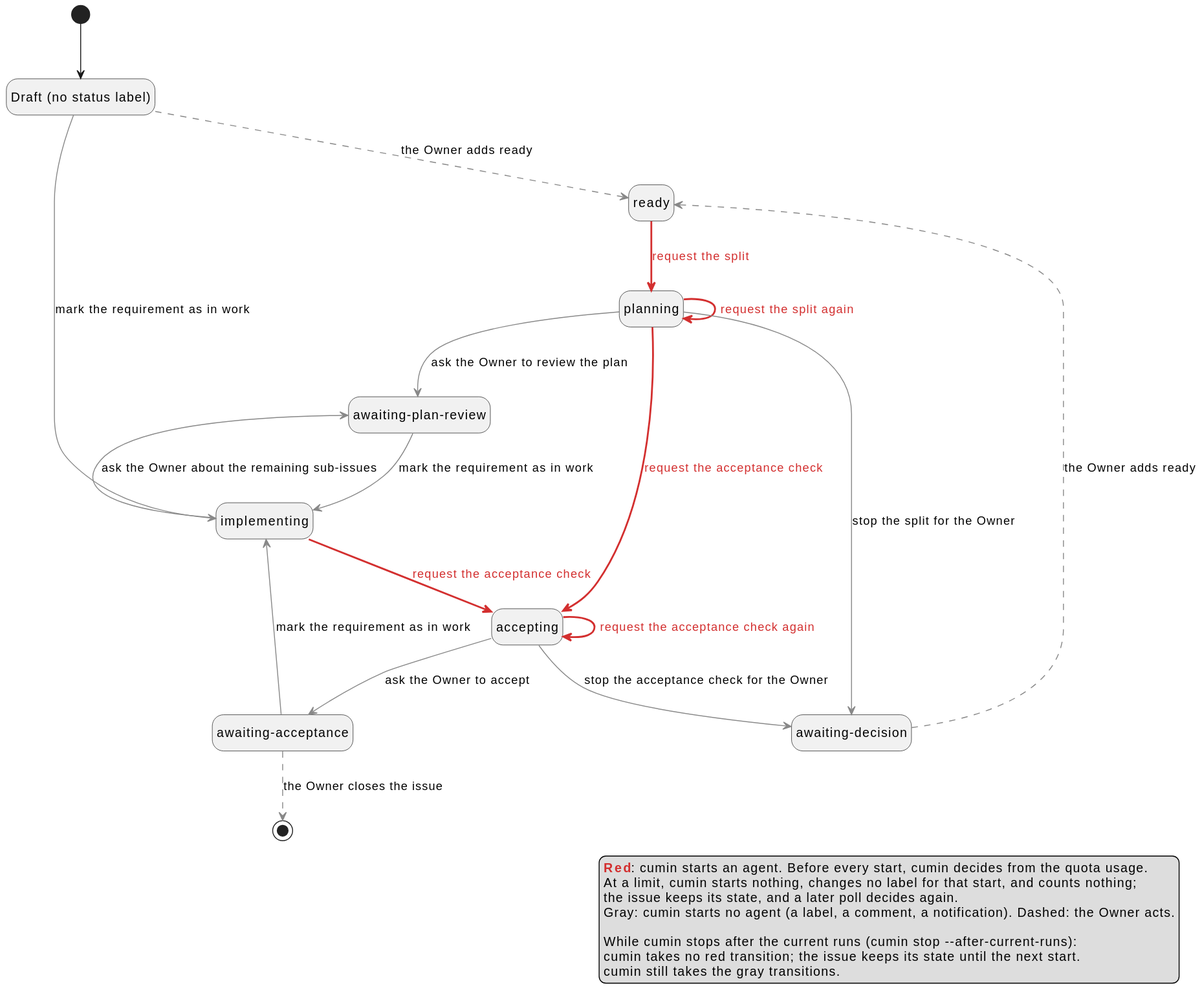
Before: docs/ja/requirements/workflow/requirement-issue-agent-starts.svg, a diagram exported from PlantUML (cloveclovedev/cumin-works).
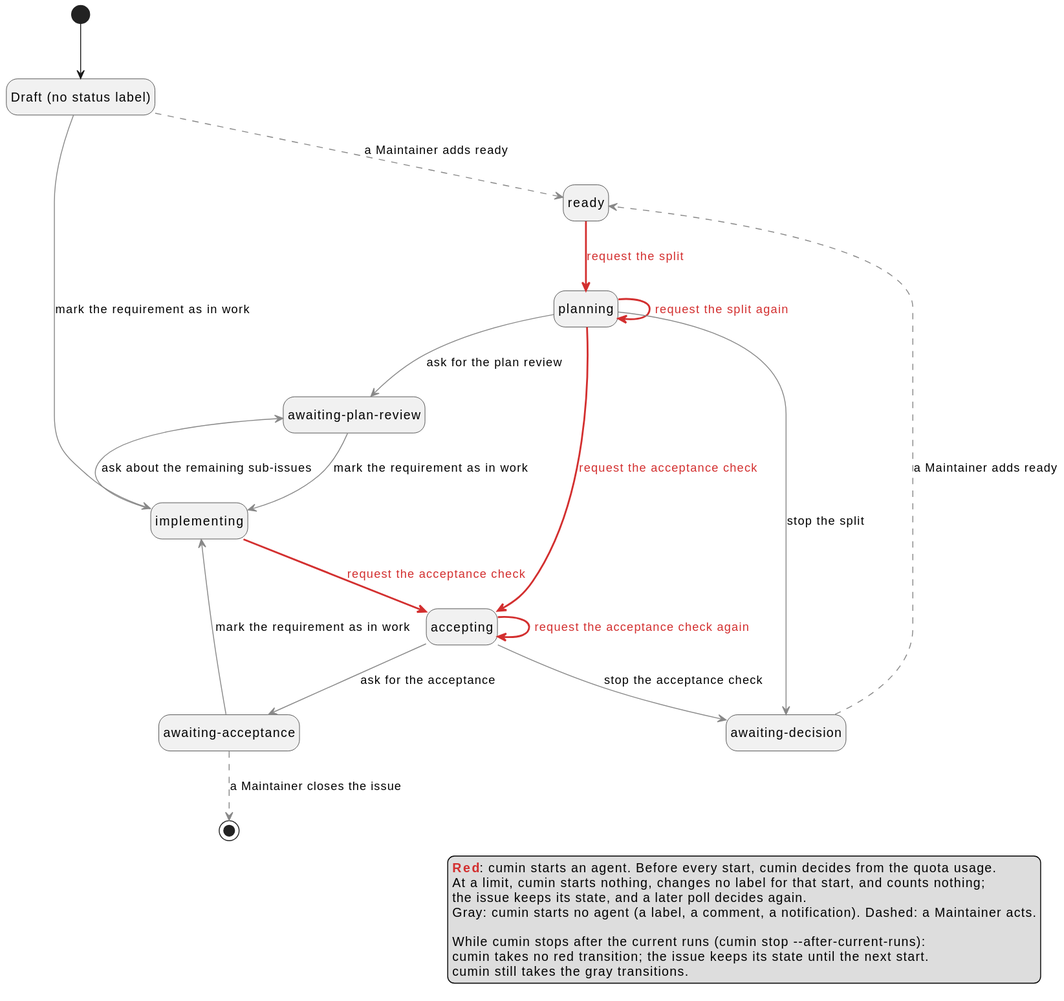
After the change.

Commit message:
docs(requirements): use the three names and the new transition names in the states of an issue (#585)

Change to the diagram source:
```diff
@@ -12,28 +12,28 @@
 state "awaiting-decision" as Decision
 
 [*] --> Draft
-Draft -[#888888,dashed]-> Ready : the Owner adds ready
+Draft -[#888888,dashed]-> Ready : a Maintainer adds ready
 Draft -[#888888]-> Implementing : mark the requirement as in work
 Ready -[#D32F2F,bold]-> Planning : <color:#D32F2F>request the split</color>
-Planning -[#888888]-> PlanReview : ask the Owner to review the plan
+Planning -[#888888]-> PlanReview : ask for the plan review
 Planning -[#D32F2F,bold]-> Accepting : <color:#D32F2F>request the acceptance check</color>
 Planning -[#D32F2F,bold]-> Planning : <color:#D32F2F>request the split again</color>
-Planning -[#888888]-> Decision : stop the split for the Owner
+Planning -[#888888]-> Decision : stop the split
 PlanReview -[#888888]-> Implementing : mark the requirement as in work
 Implementing -[#D32F2F,bold]-> Accepting : <color:#D32F2F>request the acceptance check</color>
-Implementing -[#888888]-> PlanReview : ask the Owner about the remaining sub-issues
-Accepting -[#888888]-> Acceptance : ask the Owner to accept
+Implementing -[#888888]-> PlanReview : ask about the remaining sub-issues
+Accepting -[#888888]-> Acceptance : ask for the acceptance
 Accepting -[#D32F2F,bold]-> Accepting : <color:#D32F2F>request the acceptance check again</color>
-Accepting -[#888888]-> Decision : stop the acceptance check for the Owner
+Accepting -[#888888]-> Decision : stop the acceptance check
 Acceptance -[#888888]-> Implementing : mark the requirement as in work
-Acceptance -[#888888,dashed]-> [*] : the Owner closes the issue
-Decision -[#888888,dashed]-> Ready : the Owner adds ready
+Acceptance -[#888888,dashed]-> [*] : a Maintainer closes the issue
+Decision -[#888888,dashed]-> Ready : a Maintainer adds ready
 
 legend right
   <color:#D32F2F>**Red**</color>: cumin starts an agent. Before every start, cumin decides from the quota usage.
   At a limit, cumin starts nothing, changes no label for that start, and counts nothing;
   the issue keeps its state, and a later poll decides again.
-  Gray: cumin starts no agent (a label, a comment, a notification). Dashed: the Owner acts.
+  Gray: cumin starts no agent (a label, a comment, a notification). Dashed: a Maintainer acts.
 
   While cumin stops after the current runs (cumin stop --after-current-runs):
   cumin takes no red transition; the issue keeps its state until the next start.
```
